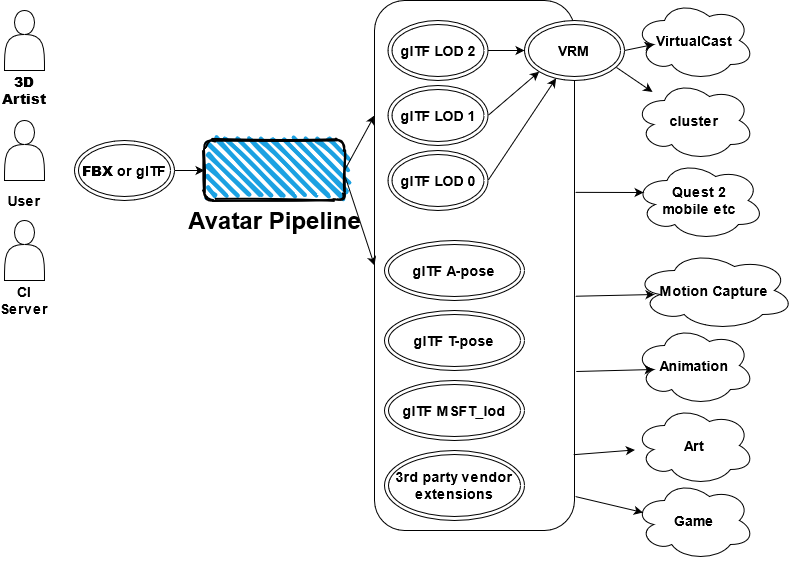
This is docs/figure004.png from infosia/avatar-asset-pipeline, a draw.io export, as it was before one commit. Source tidied: cells renumbered, new cells last; positions are measured from the earlier drawing's top-left corner, leaving out a move shared by most shapes. Its diagram source:
```xml
<mxGraphModel>
  <root>
    <mxCell id="0" />
    <mxCell id="1" parent="0" />
    <mxCell id="2" style="rounded=1;whiteSpace=wrap;html=1;" parent="1" vertex="1">
      <mxGeometry x="370" width="200" height="530" as="geometry" />
    </mxCell>
    <mxCell id="3" style="rounded=1;whiteSpace=wrap;html=1;strokeWidth=2;fillWeight=4;hachureGap=8;hachureAngle=45;fillColor=#1ba1e2;sketch=1;" parent="1" vertex="1">
      <mxGeometry x="200" y="140" width="140" height="60" as="geometry" />
    </mxCell>
    <mxCell id="4" value="Avatar Pipeline" style="text;strokeColor=none;fillColor=none;html=1;fontSize=24;fontStyle=1;verticalAlign=middle;align=center;" parent="1" vertex="1">
      <mxGeometry x="220" y="200" width="100" height="40" as="geometry" />
    </mxCell>
    <mxCell id="5" style="shape=actor;whiteSpace=wrap;html=1;" parent="1" vertex="1">
      <mxGeometry y="10" width="40" height="60" as="geometry" />
    </mxCell>
    <mxCell id="6" value="&lt;h3&gt;glTF LOD 2&lt;br&gt;&lt;/h3&gt;" style="ellipse;shape=doubleEllipse;whiteSpace=wrap;html=1;" parent="1" vertex="1">
      <mxGeometry x="383.5" y="20" width="100" height="60" as="geometry" />
    </mxCell>
    <mxCell id="7" value="&lt;h3&gt;Animation&lt;/h3&gt;" style="ellipse;shape=cloud;whiteSpace=wrap;html=1;" parent="1" vertex="1">
      <mxGeometry x="630" y="325" width="120" height="80" as="geometry" />
    </mxCell>
    <mxCell id="8" style="endArrow=classic;html=1;exitX=1;exitY=0.5;exitDx=0;exitDy=0;entryX=0;entryY=0.5;entryDx=0;entryDy=0;" parent="1" edge="1" source="3">
      <mxGeometry relative="1" as="geometry">
        <mxPoint x="370" y="115" as="targetPoint" />
      </mxGeometry>
    </mxCell>
    <mxCell id="9" value="&lt;h3&gt;glTF LOD 1&lt;br&gt;&lt;/h3&gt;" style="ellipse;shape=doubleEllipse;whiteSpace=wrap;html=1;" parent="1" vertex="1">
      <mxGeometry x="383.5" y="85" width="100" height="60" as="geometry" />
    </mxCell>
    <mxCell id="10" value="&lt;h3&gt;glTF LOD 0&lt;br&gt;&lt;/h3&gt;" style="ellipse;shape=doubleEllipse;whiteSpace=wrap;html=1;" parent="1" vertex="1">
      <mxGeometry x="383.5" y="150" width="100" height="60" as="geometry" />
    </mxCell>
    <mxCell id="11" value="&lt;h3&gt;Quest 2 &lt;br&gt;mobile etc&lt;br&gt;&lt;/h3&gt;" style="ellipse;shape=cloud;whiteSpace=wrap;html=1;" parent="1" vertex="1">
      <mxGeometry x="630" y="160" width="130" height="80" as="geometry" />
    </mxCell>
    <mxCell id="12" value="&lt;h3&gt;cluster&lt;/h3&gt;" style="ellipse;shape=cloud;whiteSpace=wrap;html=1;" parent="1" vertex="1">
      <mxGeometry x="630" y="80" width="120" height="80" as="geometry" />
    </mxCell>
    <mxCell id="13" value="&lt;h3&gt;VirtualCast&lt;/h3&gt;" style="ellipse;shape=cloud;whiteSpace=wrap;html=1;" parent="1" vertex="1">
      <mxGeometry x="630" width="120" height="80" as="geometry" />
    </mxCell>
    <mxCell id="14" value="&lt;h3&gt;&lt;b&gt;FBX&lt;/b&gt; or glTF&lt;/h3&gt;" style="ellipse;shape=doubleEllipse;whiteSpace=wrap;html=1;" parent="1" vertex="1">
      <mxGeometry x="70" y="140" width="100" height="60" as="geometry" />
    </mxCell>
    <mxCell id="15" style="endArrow=classic;html=1;exitX=1;exitY=0.5;exitDx=0;exitDy=0;" parent="1" edge="1" source="14" target="3">
      <mxGeometry relative="1" as="geometry" />
    </mxCell>
    <mxCell id="16" value="&lt;h3&gt;&lt;b&gt;3D Artist&lt;/b&gt;&lt;/h3&gt;" style="text;html=1;strokeColor=none;fillColor=none;align=center;verticalAlign=middle;whiteSpace=wrap;rounded=0;" parent="1" vertex="1">
      <mxGeometry y="80" width="40" height="20" as="geometry" />
    </mxCell>
    <mxCell id="17" value="&lt;h3&gt;glTF A-pose&lt;/h3&gt;" style="ellipse;shape=doubleEllipse;whiteSpace=wrap;html=1;" parent="1" vertex="1">
      <mxGeometry x="380" y="240" width="140" height="60" as="geometry" />
    </mxCell>
    <mxCell id="18" value="&lt;h3&gt;Motion Capture&lt;/h3&gt;" style="ellipse;shape=cloud;whiteSpace=wrap;html=1;" parent="1" vertex="1">
      <mxGeometry x="630" y="250" width="160" height="80" as="geometry" />
    </mxCell>
    <mxCell id="19" value="&lt;h3&gt;Art&lt;/h3&gt;" style="ellipse;shape=cloud;whiteSpace=wrap;html=1;" parent="1" vertex="1">
      <mxGeometry x="630" y="405" width="120" height="80" as="geometry" />
    </mxCell>
    <mxCell id="20" value="&lt;h3&gt;Game&lt;/h3&gt;" style="ellipse;shape=cloud;whiteSpace=wrap;html=1;" parent="1" vertex="1">
      <mxGeometry x="630" y="480" width="120" height="80" as="geometry" />
    </mxCell>
    <mxCell id="21" style="endArrow=classic;html=1;exitX=1.005;exitY=0.558;exitDx=0;exitDy=0;exitPerimeter=0;" parent="1" edge="1" source="2">
      <mxGeometry relative="1" as="geometry">
        <mxPoint x="650" y="294" as="targetPoint" />
      </mxGeometry>
    </mxCell>
    <mxCell id="22" style="endArrow=classic;html=1;entryX=0.16;entryY=0.55;entryDx=0;entryDy=0;entryPerimeter=0;exitX=1.009;exitY=0.7;exitDx=0;exitDy=0;exitPerimeter=0;" parent="1" edge="1" source="2" target="7">
      <mxGeometry relative="1" as="geometry" />
    </mxCell>
    <mxCell id="23" style="endArrow=classic;html=1;exitX=0.995;exitY=0.857;exitDx=0;exitDy=0;exitPerimeter=0;" parent="1" edge="1" source="2" target="19">
      <mxGeometry relative="1" as="geometry" />
    </mxCell>
    <mxCell id="24" style="endArrow=classic;html=1;entryX=0.07;entryY=0.4;entryDx=0;entryDy=0;entryPerimeter=0;exitX=1.005;exitY=0.936;exitDx=0;exitDy=0;exitPerimeter=0;" parent="1" edge="1" source="2" target="20">
      <mxGeometry relative="1" as="geometry" />
    </mxCell>
    <mxCell id="25" value="&lt;h3&gt;glTF MSFT_lod&lt;br&gt;&lt;/h3&gt;" style="ellipse;shape=doubleEllipse;whiteSpace=wrap;html=1;" parent="1" vertex="1">
      <mxGeometry x="380" y="380" width="140" height="60" as="geometry" />
    </mxCell>
    <mxCell id="26" value="&lt;h3&gt;3rd party vendor extensions&lt;/h3&gt;" style="ellipse;shape=doubleEllipse;whiteSpace=wrap;html=1;" parent="1" vertex="1">
      <mxGeometry x="380" y="450" width="140" height="70" as="geometry" />
    </mxCell>
    <mxCell id="27" style="endArrow=classic;html=1;exitX=1.007;exitY=0.617;exitDx=0;exitDy=0;exitPerimeter=0;entryX=0;entryY=0.5;entryDx=0;entryDy=0;" parent="1" edge="1" source="3" target="2">
      <mxGeometry relative="1" as="geometry" />
    </mxCell>
    <mxCell id="28" value="&lt;h3&gt;glTF T-pose&lt;/h3&gt;" style="ellipse;shape=doubleEllipse;whiteSpace=wrap;html=1;" parent="1" vertex="1">
      <mxGeometry x="380" y="310" width="140" height="60" as="geometry" />
    </mxCell>
    <mxCell id="29" value="&lt;h3&gt;VRM&lt;/h3&gt;" style="ellipse;shape=doubleEllipse;whiteSpace=wrap;html=1;" parent="1" vertex="1">
      <mxGeometry x="520" y="20" width="100" height="60" as="geometry" />
    </mxCell>
    <mxCell id="30" style="endArrow=classic;html=1;exitX=1;exitY=0.5;exitDx=0;exitDy=0;" parent="1" edge="1" source="6" target="29">
      <mxGeometry relative="1" as="geometry" />
    </mxCell>
    <mxCell id="31" style="endArrow=classic;html=1;exitX=1;exitY=0.5;exitDx=0;exitDy=0;entryX=0;entryY=1;entryDx=0;entryDy=0;" parent="1" edge="1" source="9" target="29">
      <mxGeometry relative="1" as="geometry" />
    </mxCell>
    <mxCell id="32" style="endArrow=classic;html=1;exitX=1;exitY=0.5;exitDx=0;exitDy=0;" parent="1" edge="1" source="10" target="29">
      <mxGeometry relative="1" as="geometry" />
    </mxCell>
    <mxCell id="33" style="endArrow=classic;html=1;exitX=1;exitY=0.5;exitDx=0;exitDy=0;entryX=0.16;entryY=0.55;entryDx=0;entryDy=0;entryPerimeter=0;" parent="1" edge="1" source="29" target="13">
      <mxGeometry relative="1" as="geometry" />
    </mxCell>
    <mxCell id="34" style="endArrow=classic;html=1;exitX=0.92;exitY=0.783;exitDx=0;exitDy=0;exitPerimeter=0;" parent="1" edge="1" source="29" target="12">
      <mxGeometry relative="1" as="geometry" />
    </mxCell>
    <mxCell id="35" style="endArrow=classic;html=1;entryX=0.07;entryY=0.4;entryDx=0;entryDy=0;entryPerimeter=0;exitX=1.005;exitY=0.362;exitDx=0;exitDy=0;exitPerimeter=0;" parent="1" edge="1" source="2" target="11">
      <mxGeometry relative="1" as="geometry" />
    </mxCell>
    <mxCell id="36" style="shape=actor;whiteSpace=wrap;html=1;" parent="1" vertex="1">
      <mxGeometry y="120" width="40" height="60" as="geometry" />
    </mxCell>
    <mxCell id="37" value="&lt;h3&gt;User&lt;/h3&gt;" style="text;html=1;strokeColor=none;fillColor=none;align=center;verticalAlign=middle;whiteSpace=wrap;rounded=0;" parent="1" vertex="1">
      <mxGeometry y="190" width="40" height="20" as="geometry" />
    </mxCell>
    <mxCell id="38" style="shape=actor;whiteSpace=wrap;html=1;" parent="1" vertex="1">
      <mxGeometry y="220" width="40" height="60" as="geometry" />
    </mxCell>
    <mxCell id="39" value="&lt;h3&gt;CI Server&lt;/h3&gt;" style="text;html=1;strokeColor=none;fillColor=none;align=center;verticalAlign=middle;whiteSpace=wrap;rounded=0;" parent="1" vertex="1">
      <mxGeometry y="290" width="40" height="20" as="geometry" />
    </mxCell>
  </root>
</mxGraphModel>
```
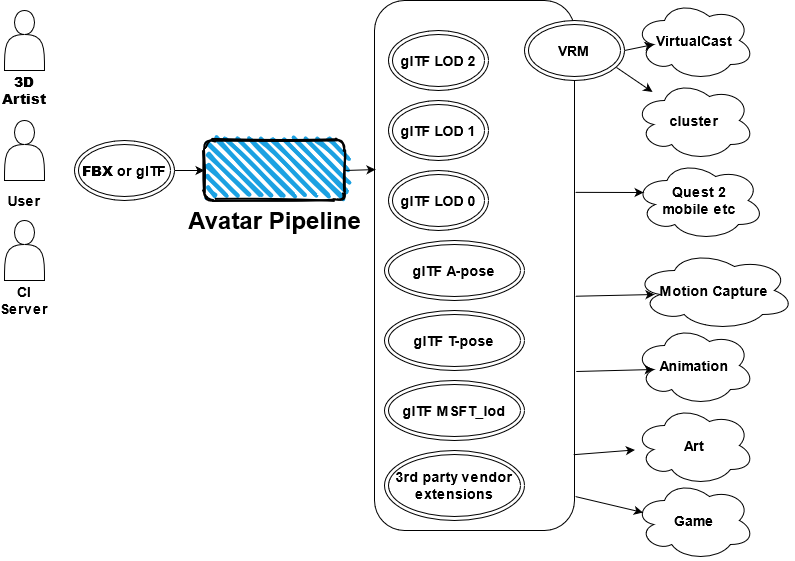
After the commit.

Change to the diagram source:
```diff
@@ -15,21 +15,19 @@
       <mxGeometry y="10" width="40" height="60" as="geometry" />
     </mxCell>
     <mxCell id="6" value="&lt;h3&gt;glTF LOD 2&lt;br&gt;&lt;/h3&gt;" style="ellipse;shape=doubleEllipse;whiteSpace=wrap;html=1;" parent="1" vertex="1">
-      <mxGeometry x="383.5" y="20" width="100" height="60" as="geometry" />
+      <mxGeometry x="384" y="30" width="100" height="60" as="geometry" />
     </mxCell>
     <mxCell id="7" value="&lt;h3&gt;Animation&lt;/h3&gt;" style="ellipse;shape=cloud;whiteSpace=wrap;html=1;" parent="1" vertex="1">
       <mxGeometry x="630" y="325" width="120" height="80" as="geometry" />
     </mxCell>
-    <mxCell id="8" style="endArrow=classic;html=1;exitX=1;exitY=0.5;exitDx=0;exitDy=0;entryX=0;entryY=0.5;entryDx=0;entryDy=0;" parent="1" edge="1" source="3">
-      <mxGeometry relative="1" as="geometry">
-        <mxPoint x="370" y="115" as="targetPoint" />
-      </mxGeometry>
+    <mxCell id="8" style="endArrow=classic;html=1;exitX=1;exitY=0.5;exitDx=0;exitDy=0;entryX=0.005;entryY=0.319;entryDx=0;entryDy=0;entryPerimeter=0;" parent="1" edge="1" source="3" target="2">
+      <mxGeometry relative="1" as="geometry" />
     </mxCell>
     <mxCell id="9" value="&lt;h3&gt;glTF LOD 1&lt;br&gt;&lt;/h3&gt;" style="ellipse;shape=doubleEllipse;whiteSpace=wrap;html=1;" parent="1" vertex="1">
-      <mxGeometry x="383.5" y="85" width="100" height="60" as="geometry" />
+      <mxGeometry x="384" y="100" width="100" height="60" as="geometry" />
     </mxCell>
     <mxCell id="10" value="&lt;h3&gt;glTF LOD 0&lt;br&gt;&lt;/h3&gt;" style="ellipse;shape=doubleEllipse;whiteSpace=wrap;html=1;" parent="1" vertex="1">
-      <mxGeometry x="383.5" y="150" width="100" height="60" as="geometry" />
+      <mxGeometry x="384" y="170" width="100" height="60" as="geometry" />
     </mxCell>
     <mxCell id="11" value="&lt;h3&gt;Quest 2 &lt;br&gt;mobile etc&lt;br&gt;&lt;/h3&gt;" style="ellipse;shape=cloud;whiteSpace=wrap;html=1;" parent="1" vertex="1">
       <mxGeometry x="630" y="160" width="130" height="80" as="geometry" />
@@ -81,24 +79,12 @@
     <mxCell id="26" value="&lt;h3&gt;3rd party vendor extensions&lt;/h3&gt;" style="ellipse;shape=doubleEllipse;whiteSpace=wrap;html=1;" parent="1" vertex="1">
       <mxGeometry x="380" y="450" width="140" height="70" as="geometry" />
     </mxCell>
-    <mxCell id="27" style="endArrow=classic;html=1;exitX=1.007;exitY=0.617;exitDx=0;exitDy=0;exitPerimeter=0;entryX=0;entryY=0.5;entryDx=0;entryDy=0;" parent="1" edge="1" source="3" target="2">
-      <mxGeometry relative="1" as="geometry" />
-    </mxCell>
     <mxCell id="28" value="&lt;h3&gt;glTF T-pose&lt;/h3&gt;" style="ellipse;shape=doubleEllipse;whiteSpace=wrap;html=1;" parent="1" vertex="1">
       <mxGeometry x="380" y="310" width="140" height="60" as="geometry" />
     </mxCell>
     <mxCell id="29" value="&lt;h3&gt;VRM&lt;/h3&gt;" style="ellipse;shape=doubleEllipse;whiteSpace=wrap;html=1;" parent="1" vertex="1">
       <mxGeometry x="520" y="20" width="100" height="60" as="geometry" />
     </mxCell>
-    <mxCell id="30" style="endArrow=classic;html=1;exitX=1;exitY=0.5;exitDx=0;exitDy=0;" parent="1" edge="1" source="6" target="29">
-      <mxGeometry relative="1" as="geometry" />
-    </mxCell>
-    <mxCell id="31" style="endArrow=classic;html=1;exitX=1;exitY=0.5;exitDx=0;exitDy=0;entryX=0;entryY=1;entryDx=0;entryDy=0;" parent="1" edge="1" source="9" target="29">
-      <mxGeometry relative="1" as="geometry" />
-    </mxCell>
-    <mxCell id="32" style="endArrow=classic;html=1;exitX=1;exitY=0.5;exitDx=0;exitDy=0;" parent="1" edge="1" source="10" target="29">
-      <mxGeometry relative="1" as="geometry" />
-    </mxCell>
     <mxCell id="33" style="endArrow=classic;html=1;exitX=1;exitY=0.5;exitDx=0;exitDy=0;entryX=0.16;entryY=0.55;entryDx=0;entryDy=0;entryPerimeter=0;" parent="1" edge="1" source="29" target="13">
       <mxGeometry relative="1" as="geometry" />
     </mxCell>
```
